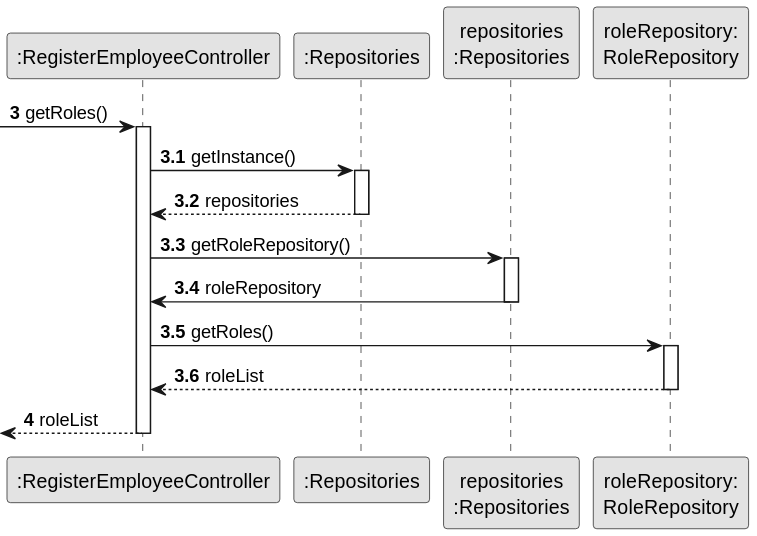
Earlier version of the PlantUML export docs/sprintD/us003/03.design/svg/us003-sequence-diagram-partial-get-roles-list.svg (Shushizinho/RealEstateUSASystem).
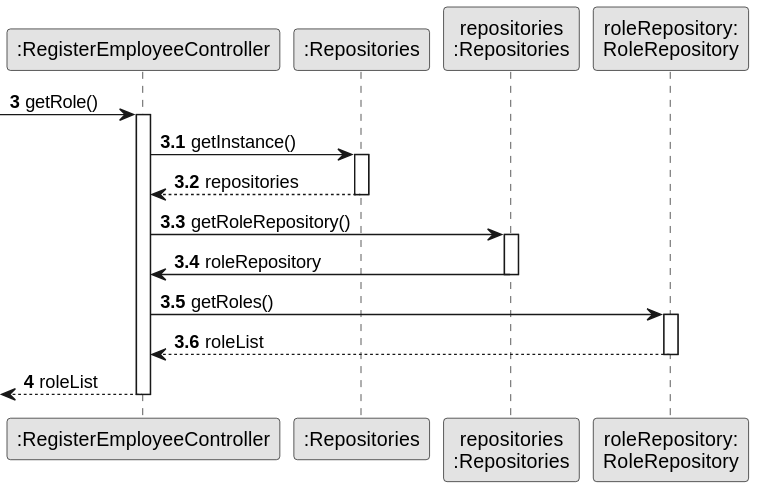
After the commit.

Diff of the diagram source:
```diff
@@ -13,7 +13,7 @@
 
 
 
-     -> CTRL : getRoles()
+     -> CTRL : getRole()
         activate CTRL
         autonumber 3.1
                 CTRL -> RepositorySingleton : getInstance()
```
